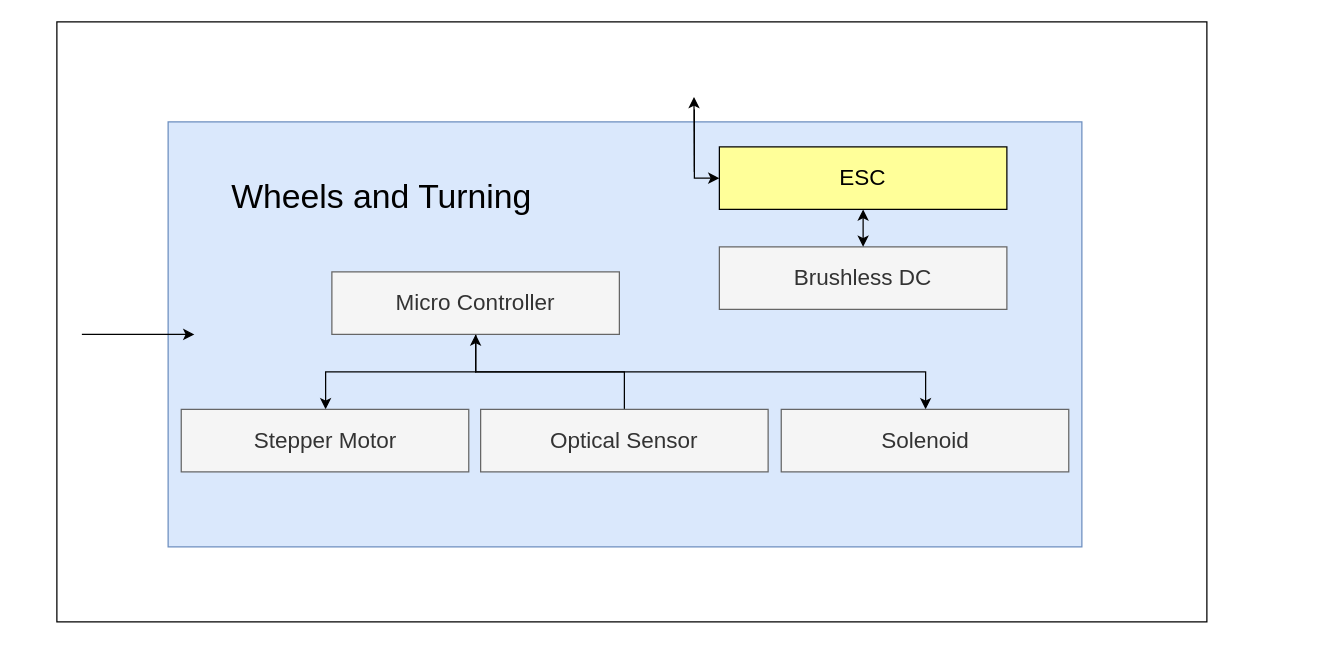
Earlier version of the draw.io diagram DRAWIO Files/Keaton/Wheels_and_turning.drawio (TuringBoard/ADS). Source tidied: cells renumbered, new cells numbered last; positions are measured from the earlier drawing's top-left corner, leaving out a move shared by most shapes. Both pictures are drawn from the tidied source at 125%, with x=0, y=0 at pixel (56, 21).
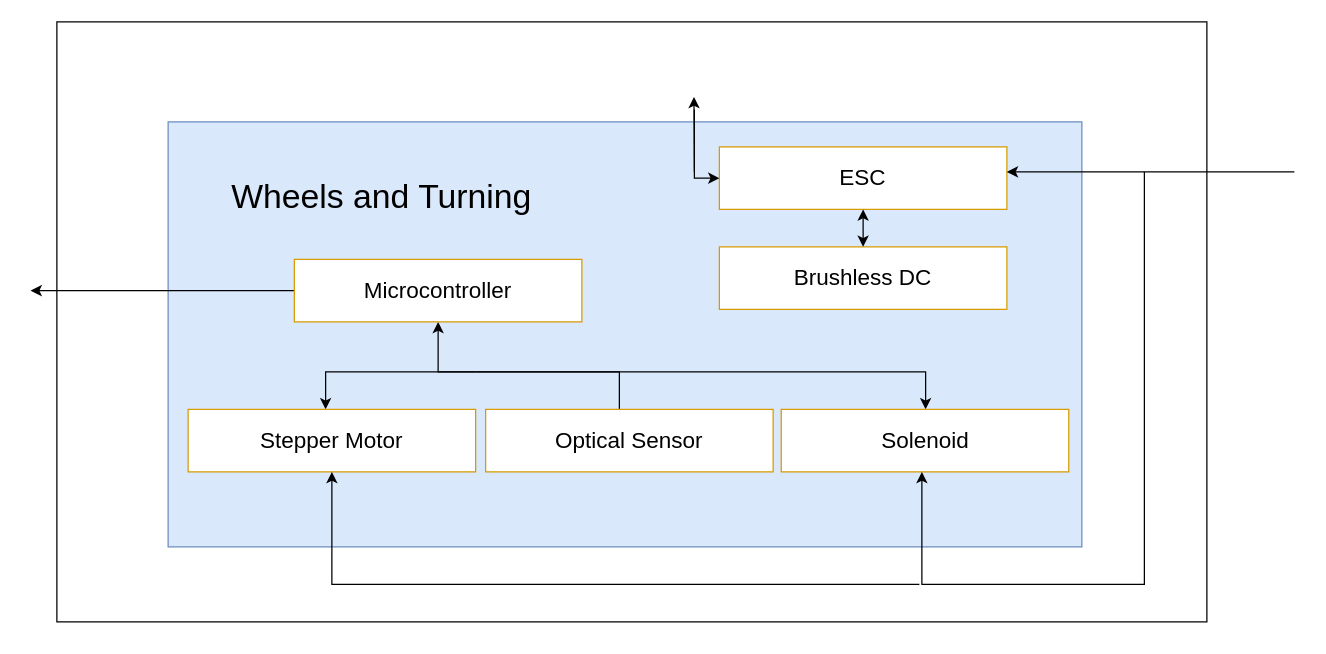
The same page after the edit.

What changed in the source:
```diff
@@
-    <mxCell id="5" value="ESC" style="rounded=0;whiteSpace=wrap;html=1;fontSize=18;fillColor=#FFFF99;strokeColor=#000000;" parent="1" vertex="1">
+    <mxCell id="5" value="ESC" style="rounded=0;whiteSpace=wrap;html=1;fontSize=18;fillColor=#FFFFFF;strokeColor=#d79b00;" parent="1" vertex="1">
       <mxGeometry x="530" y="100" width="230" height="50" as="geometry" />
     </mxCell>
-    <mxCell id="6" style="edgeStyle=orthogonalEdgeStyle;rounded=0;jettySize=auto;html=1;" parent="1" edge="1" source="8" target="10">
+    <mxCell id="6" style="edgeStyle=orthogonalEdgeStyle;rounded=0;jettySize=auto;html=1;" parent="1" edge="1" target="10">
       <mxGeometry relative="1" as="geometry">
+        <mxPoint x="335" y="280" as="sourcePoint" />
         <Array as="points">
           <mxPoint x="335" y="280" />
           <mxPoint x="215" y="280" />
         </Array>
       </mxGeometry>
     </mxCell>
-    <mxCell id="7" style="edgeStyle=orthogonalEdgeStyle;rounded=0;jettySize=auto;html=1;exitX=0.5;exitY=1;exitDx=0;exitDy=0;" parent="1" edge="1" source="8" target="16">
+    <mxCell id="7" style="edgeStyle=orthogonalEdgeStyle;rounded=0;jettySize=auto;html=1;" parent="1" edge="1" target="16">
       <mxGeometry relative="1" as="geometry">
+        <mxPoint x="335" y="280" as="sourcePoint" />
         <Array as="points">
           <mxPoint x="335" y="280" />
           <mxPoint x="695" y="280" />
         </Array>
       </mxGeometry>
     </mxCell>
-    <mxCell id="8" value="Micro Controller" style="rounded=0;whiteSpace=wrap;html=1;fontSize=18;fillColor=#f5f5f5;fontColor=#333333;strokeColor=#666666;" parent="1" vertex="1">
-      <mxGeometry x="220" y="200" width="230" height="50" as="geometry" />
-    </mxCell>
-    <mxCell id="9" value="&lt;div&gt;Brushless DC&lt;/div&gt;" style="rounded=0;whiteSpace=wrap;html=1;fontSize=18;fillColor=#f5f5f5;strokeColor=#666666;fontColor=#333333;" parent="1" vertex="1">
+    <mxCell id="9" value="&lt;div&gt;Brushless DC&lt;/div&gt;" style="rounded=0;whiteSpace=wrap;html=1;fontSize=18;fillColor=#FFFFFF;strokeColor=#d79b00;" parent="1" vertex="1">
       <mxGeometry x="530" y="180" width="230" height="50" as="geometry" />
     </mxCell>
-    <mxCell id="10" value="Stepper Motor" style="rounded=0;whiteSpace=wrap;html=1;fontSize=18;fillColor=#f5f5f5;fontColor=#333333;strokeColor=#666666;" parent="1" vertex="1">
-      <mxGeometry x="99.5" y="310" width="230" height="50" as="geometry" />
+    <mxCell id="10" value="Stepper Motor" style="rounded=0;whiteSpace=wrap;html=1;fontSize=18;fillColor=#FFFFFF;strokeColor=#d79b00;" parent="1" vertex="1">
+      <mxGeometry x="105" y="310" width="230" height="50" as="geometry" />
     </mxCell>
@@
-    <mxCell id="14" style="edgeStyle=orthogonalEdgeStyle;rounded=0;jettySize=auto;html=1;entryX=0.5;entryY=1;entryDx=0;entryDy=0;" parent="1" edge="1" source="15" target="8">
-      <mxGeometry relative="1" as="geometry" />
+    <mxCell id="14" style="edgeStyle=orthogonalEdgeStyle;rounded=0;jettySize=auto;html=1;entryX=0.5;entryY=1;entryDx=0;entryDy=0;" parent="1" edge="1" source="15" target="23">
+      <mxGeometry relative="1" as="geometry">
+        <Array as="points">
+          <mxPoint x="450" y="280" />
+          <mxPoint x="305" y="280" />
+        </Array>
+      </mxGeometry>
     </mxCell>
-    <mxCell id="15" value="Optical Sensor" style="rounded=0;whiteSpace=wrap;html=1;fontSize=18;fillColor=#f5f5f5;fontColor=#333333;strokeColor=#666666;" parent="1" vertex="1">
-      <mxGeometry x="339" y="310" width="230" height="50" as="geometry" />
+    <mxCell id="15" value="Optical Sensor" style="rounded=0;whiteSpace=wrap;html=1;fontSize=18;fillColor=#FFFFFF;strokeColor=#d79b00;" parent="1" vertex="1">
+      <mxGeometry x="343" y="310" width="230" height="50" as="geometry" />
     </mxCell>
-    <mxCell id="16" value="Solenoid" style="rounded=0;whiteSpace=wrap;html=1;fontSize=18;fillColor=#f5f5f5;fontColor=#333333;strokeColor=#666666;" parent="1" vertex="1">
+    <mxCell id="16" value="Solenoid" style="rounded=0;whiteSpace=wrap;html=1;fontSize=18;fillColor=#FFFFFF;strokeColor=#d79b00;" parent="1" vertex="1">
       <mxGeometry x="579.5" y="310" width="230" height="50" as="geometry" />
     </mxCell>
@@
-    <mxCell id="18" style="endArrow=classic;html=1;rounded=0;" parent="1" edge="1">
-      <mxGeometry relative="1" as="geometry">
-        <mxPoint x="20" y="250" as="sourcePoint" />
-        <mxPoint x="110" y="250" as="targetPoint" />
-      </mxGeometry>
-    </mxCell>
+    <mxCell id="19" style="endArrow=classic;html=1;rounded=0;" parent="1" edge="1">
+      <mxGeometry relative="1" as="geometry">
+        <mxPoint x="990" y="120" as="sourcePoint" />
+        <mxPoint x="760" y="120" as="targetPoint" />
+      </mxGeometry>
+    </mxCell>
+    <mxCell id="20" style="endArrow=classic;html=1;rounded=0;" parent="1" edge="1">
+      <mxGeometry relative="1" as="geometry">
+        <mxPoint x="870" y="120" as="sourcePoint" />
+        <mxPoint x="692" y="360" as="targetPoint" />
+        <Array as="points">
+          <mxPoint x="870" y="450" />
+          <mxPoint x="692" y="450" />
+        </Array>
+      </mxGeometry>
+    </mxCell>
+    <mxCell id="21" style="endArrow=classic;html=1;rounded=0;entryX=0.5;entryY=1;entryDx=0;entryDy=0;" parent="1" edge="1" target="10">
+      <mxGeometry relative="1" as="geometry">
+        <mxPoint x="690" y="450" as="sourcePoint" />
+        <Array as="points">
+          <mxPoint x="220" y="450" />
+        </Array>
+      </mxGeometry>
+    </mxCell>
+    <mxCell id="22" style="edgeStyle=orthogonalEdgeStyle;rounded=0;jettySize=auto;html=1;exitX=0;exitY=0.5;exitDx=0;exitDy=0;" parent="1" edge="1" source="23">
+      <mxGeometry relative="1" as="geometry">
+        <mxPoint x="-21" y="215" as="targetPoint" />
+      </mxGeometry>
+    </mxCell>
+    <mxCell id="23" value="Microcontroller" style="rounded=0;whiteSpace=wrap;html=1;fontSize=18;fillColor=#FFFFFF;strokeColor=#d79b00;" parent="1" vertex="1">
+      <mxGeometry x="190" y="190" width="230" height="50" as="geometry" />
+    </mxCell>
```
